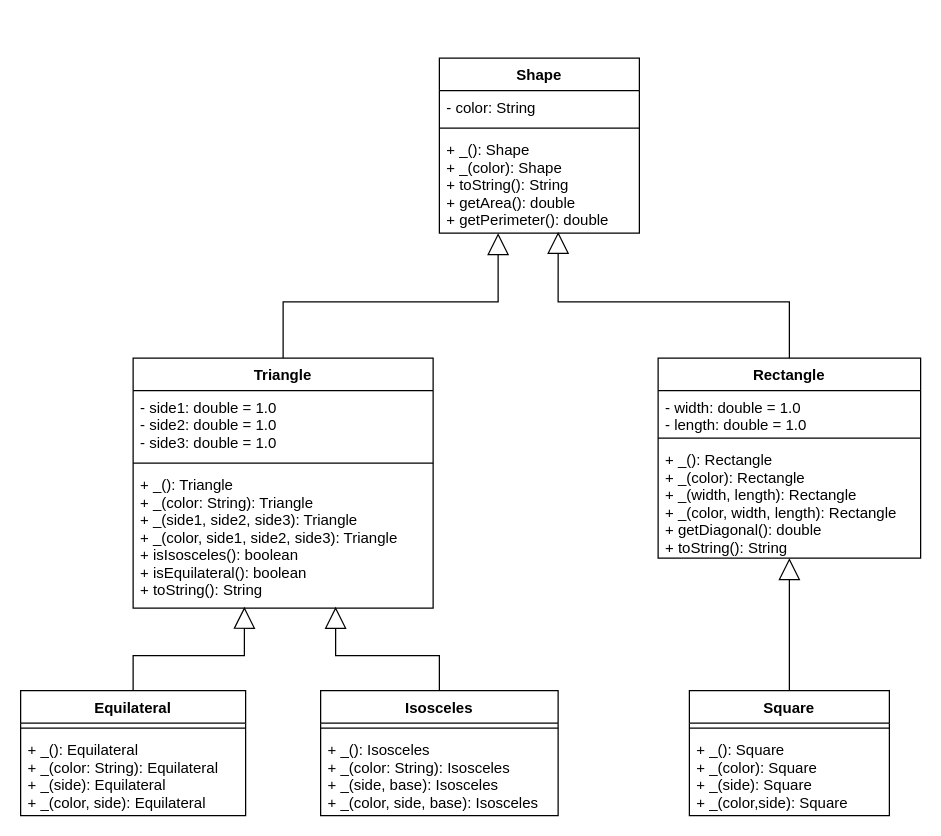
Before: diagrams/shaper-class-diagram.drawio in Cafeleyos/MUNOZ-SANTOS-SABANA-POOB-2021-1-LAB-ABSTRACT-CLASS, a draw.io diagram. Source tidied: cells renumbered, new cells numbered last; positions are measured from the earlier drawing's top-left corner, leaving out a move shared by most shapes. Both pictures are drawn from the tidied source at 125%, with x=0, y=0 at pixel (20, 58).
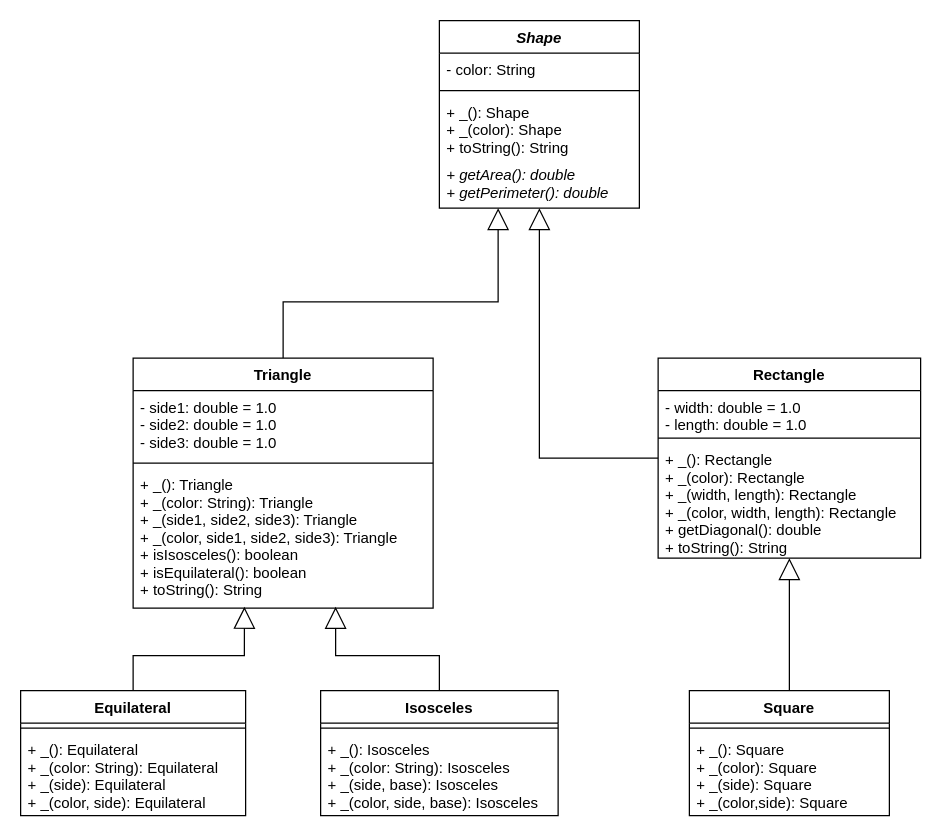
After the change.

The change refers to these unchanged cells:
```xml
<mxCell id="7" value="Triangle" style="swimlane;fontStyle=1;align=center;verticalAlign=top;horizontal=1;startSize=26;" parent="1" vertex="1">
  <mxGeometry x="90" y="240" width="240" height="200" as="geometry" />
</mxCell>
<mxCell id="12" value="Rectangle" style="swimlane;fontStyle=1;align=center;verticalAlign=top;horizontal=1;startSize=26;" parent="1" vertex="1">
  <mxGeometry x="510" y="240" width="210" height="160" as="geometry" />
</mxCell>
```

Change to the diagram source:
```diff
@@
-    <mxCell id="2" value="Shape" style="swimlane;fontStyle=1;align=center;verticalAlign=top;horizontal=1;startSize=26;" parent="1" vertex="1">
-      <mxGeometry x="335" width="160" height="140" as="geometry" />
+    <mxCell id="2" value="Shape" style="swimlane;fontStyle=3;align=center;verticalAlign=top;horizontal=1;startSize=26;" parent="1" vertex="1">
+      <mxGeometry x="335" y="-30" width="160" height="150" as="geometry" />
     </mxCell>
@@
-    <mxCell id="5" value="+ _(): Shape&#10;+ _(color): Shape&#10;+ toString(): String&#10;+ getArea(): double&#10;+ getPerimeter(): double" style="text;strokeColor=none;fillColor=none;align=left;verticalAlign=top;spacingLeft=4;spacingRight=4;overflow=hidden;points=[[0,0.5],[1,0.5]];portConstraint=eastwest;" parent="2" vertex="1">
-      <mxGeometry y="60" width="160" height="80" as="geometry" />
+    <mxCell id="5" value="+ _(): Shape&#10;+ _(color): Shape&#10;+ toString(): String" style="text;strokeColor=none;fillColor=none;align=left;verticalAlign=top;spacingLeft=4;spacingRight=4;overflow=hidden;points=[[0,0.5],[1,0.5]];portConstraint=eastwest;" parent="2" vertex="1">
+      <mxGeometry y="60" width="160" height="50" as="geometry" />
     </mxCell>
+    <mxCell id="28" value="+ getArea(): double&#10;+ getPerimeter(): double" style="text;strokeColor=none;fillColor=none;align=left;verticalAlign=top;spacingLeft=4;spacingRight=4;overflow=hidden;fontStyle=2;" parent="2" vertex="1">
+      <mxGeometry y="110" width="160" height="40" as="geometry" />
+    </mxCell>
-    <mxCell id="6" style="edgeStyle=orthogonalEdgeStyle;rounded=0;jettySize=auto;html=1;startArrow=none;startFill=0;endArrow=block;endFill=0;strokeWidth=1;jumpSize=6;endSize=15;" parent="1" edge="1" source="7" target="5">
+    <mxCell id="6" style="edgeStyle=orthogonalEdgeStyle;rounded=0;jettySize=auto;html=1;startArrow=none;startFill=0;endArrow=block;endFill=0;strokeWidth=1;jumpSize=6;endSize=15;" parent="1" edge="1" source="7" target="2">
       <mxGeometry relative="1" as="geometry">
         <Array as="points">
           <mxPoint x="210" y="195" />
           <mxPoint x="382" y="195" />
         </Array>
       </mxGeometry>
     </mxCell>
@@
-    <mxCell id="11" style="edgeStyle=orthogonalEdgeStyle;rounded=0;jumpSize=6;jettySize=auto;html=1;entryX=0.594;entryY=0.988;entryDx=0;entryDy=0;entryPerimeter=0;startArrow=none;startFill=0;endArrow=block;endFill=0;endSize=15;strokeWidth=1;" parent="1" edge="1" source="12" target="5">
+    <mxCell id="11" style="edgeStyle=orthogonalEdgeStyle;rounded=0;jumpSize=6;jettySize=auto;html=1;startArrow=none;startFill=0;endArrow=block;endFill=0;endSize=15;strokeWidth=1;" parent="1" edge="1" source="12" target="2">
       <mxGeometry relative="1" as="geometry" />
     </mxCell>
```
